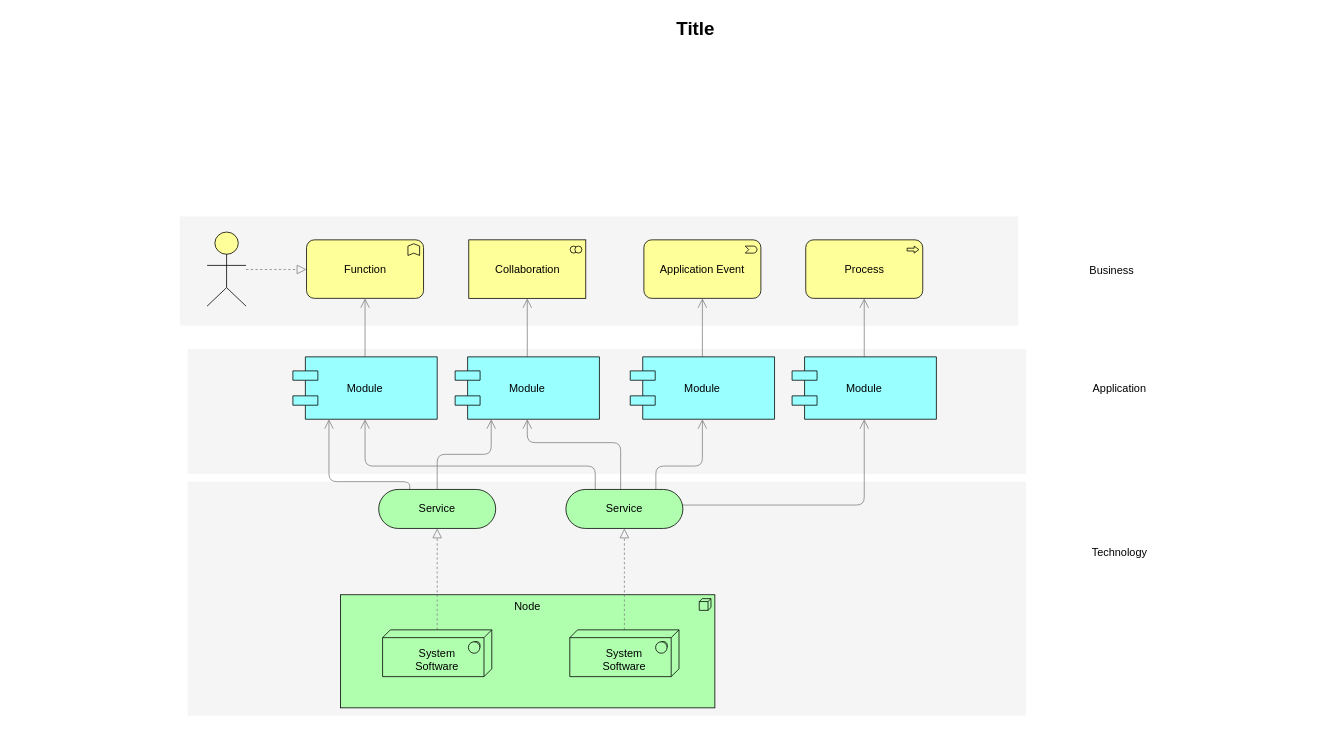
Earlier version of the draw.io diagram Untitled Diagram.drawio (89263580/test). Source tidied: cells renumbered, new cells numbered last; positions are measured from the earlier drawing's top-left corner, leaving out a move shared by most shapes. Both pictures are drawn from the tidied source at 78%, with x=0, y=0 at pixel (75, 13).
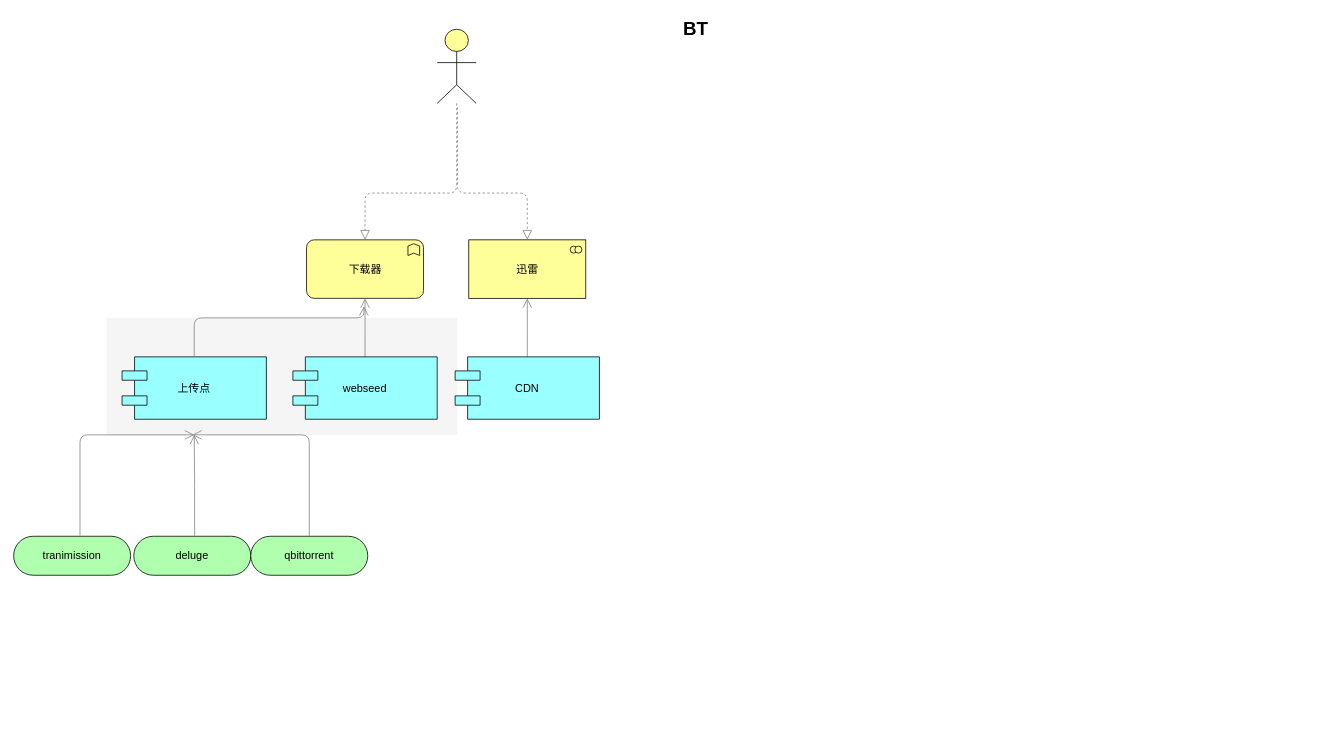
The same page after the edit.

The edit, as a diff of the source:
```diff
@@
     <mxCell id="2" style="whiteSpace=wrap;html=1;strokeColor=none;strokeWidth=1;fillColor=#f5f5f5;fontSize=14;" parent="1" vertex="1">
-      <mxGeometry x="144" y="600" width="1075" height="300" as="geometry" />
+      <mxGeometry x="40" y="390" width="450" height="150" as="geometry" />
     </mxCell>
-    <mxCell id="3" style="whiteSpace=wrap;html=1;strokeColor=none;strokeWidth=1;fillColor=#f5f5f5;fontSize=14;" parent="1" vertex="1">
-      <mxGeometry x="144" y="430" width="1075" height="160" as="geometry" />
-    </mxCell>
-    <mxCell id="4" style="whiteSpace=wrap;html=1;strokeColor=none;strokeWidth=1;fillColor=#f5f5f5;fontSize=14;" parent="1" vertex="1">
-      <mxGeometry x="134" y="260" width="1075" height="140" as="geometry" />
-    </mxCell>
-    <mxCell id="5" value="Node" style="html=1;whiteSpace=wrap;fillColor=#AFFFAF;shape=mxgraph.archimate3.application;appType=node;archiType=square;fontSize=14;verticalAlign=top;" parent="1" vertex="1">
-      <mxGeometry x="340" y="745" width="480" height="145" as="geometry" />
-    </mxCell>
-    <mxCell id="6" style="edgeStyle=elbowEdgeStyle;rounded=1;elbow=vertical;html=1;startSize=10;endArrow=block;endFill=0;endSize=10;jettySize=auto;strokeColor=#808080;fontSize=14;dashed=1;" parent="1" edge="1" source="7" target="12">
-      <mxGeometry relative="1" as="geometry" />
-    </mxCell>
-    <mxCell id="7" value="&lt;div&gt;&lt;br&gt;&lt;/div&gt;System&lt;div&gt;Software&lt;/div&gt;" style="html=1;whiteSpace=wrap;fillColor=#AFFFAF;shape=mxgraph.archimate3.tech;techType=sysSw;fontSize=14;" parent="1" vertex="1">
-      <mxGeometry x="394" y="790" width="140" height="60" as="geometry" />
-    </mxCell>
-    <mxCell id="8" style="edgeStyle=elbowEdgeStyle;rounded=1;elbow=vertical;html=1;startSize=10;endArrow=block;endFill=0;endSize=10;jettySize=auto;strokeColor=#808080;fontSize=14;dashed=1;" parent="1" edge="1" source="9" target="17">
-      <mxGeometry relative="1" as="geometry" />
-    </mxCell>
-    <mxCell id="9" value="&lt;div&gt;&lt;br&gt;&lt;/div&gt;&lt;div&gt;&lt;span&gt;System&lt;/span&gt;&lt;div&gt;Software&lt;/div&gt;&lt;/div&gt;" style="html=1;whiteSpace=wrap;fillColor=#AFFFAF;shape=mxgraph.archimate3.tech;techType=sysSw;fontSize=14;" parent="1" vertex="1">
-      <mxGeometry x="634" y="790" width="140" height="60" as="geometry" />
-    </mxCell>
-    <mxCell id="10" style="edgeStyle=elbowEdgeStyle;rounded=1;elbow=vertical;html=1;startSize=10;endArrow=open;endFill=0;endSize=10;jettySize=auto;strokeColor=#808080;fontSize=14;entryX=0.25;entryY=1;" parent="1" edge="1" source="12" target="21">
-      <mxGeometry relative="1" as="geometry" />
-    </mxCell>
-    <mxCell id="11" style="edgeStyle=elbowEdgeStyle;rounded=1;elbow=vertical;html=1;startSize=10;endArrow=open;endFill=0;endSize=10;jettySize=auto;strokeColor=#808080;fontSize=14;entryX=0.25;entryY=1;exitX=0.265;exitY=0.007;exitPerimeter=0;" parent="1" edge="1" source="12" target="19">
+    <mxCell id="11" style="edgeStyle=elbowEdgeStyle;rounded=1;elbow=vertical;html=1;startSize=10;endArrow=open;endFill=0;endSize=10;jettySize=auto;strokeColor=#808080;fontSize=14;exitX=0.567;exitY=-0.02;exitPerimeter=0;exitDx=0;exitDy=0;entryX=0.25;entryY=1;entryDx=0;entryDy=0;" parent="1" edge="1" source="39" target="2">
       <mxGeometry relative="1" as="geometry">
         <Array as="points">
+          <mxPoint x="40" y="540" />
           <mxPoint x="372" y="600" />
         </Array>
       </mxGeometry>
     </mxCell>
-    <mxCell id="12" value="Service" style="html=1;whiteSpace=wrap;fillColor=#AFFFAF;shape=mxgraph.archimate3.service;fontSize=14;" parent="1" vertex="1">
-      <mxGeometry x="389" y="610" width="150" height="50" as="geometry" />
-    </mxCell>
-    <mxCell id="13" style="edgeStyle=elbowEdgeStyle;rounded=1;elbow=vertical;html=1;startSize=10;endArrow=open;endFill=0;endSize=10;jettySize=auto;strokeColor=#808080;fontSize=14;" parent="1" edge="1" source="17" target="25">
-      <mxGeometry relative="1" as="geometry">
-        <Array as="points">
-          <mxPoint x="859" y="630" />
-        </Array>
-      </mxGeometry>
-    </mxCell>
-    <mxCell id="14" style="edgeStyle=elbowEdgeStyle;rounded=1;elbow=vertical;html=1;startSize=10;endArrow=open;endFill=0;endSize=10;jettySize=auto;strokeColor=#808080;fontSize=14;entryX=0.5;entryY=1;exitX=0.769;exitY=0.025;exitPerimeter=0;" parent="1" edge="1" source="17" target="23">
-      <mxGeometry relative="1" as="geometry">
-        <Array as="points">
-          <mxPoint x="759" y="580" />
-        </Array>
-      </mxGeometry>
-    </mxCell>
-    <mxCell id="15" style="edgeStyle=elbowEdgeStyle;rounded=1;elbow=vertical;html=1;startSize=10;endArrow=open;endFill=0;endSize=10;jettySize=auto;strokeColor=#808080;fontSize=14;entryX=0.5;entryY=1;exitX=0.468;exitY=0.025;exitPerimeter=0;" parent="1" edge="1" source="17" target="21">
-      <mxGeometry relative="1" as="geometry">
-        <Array as="points">
-          <mxPoint x="649" y="550" />
-        </Array>
-      </mxGeometry>
-    </mxCell>
-    <mxCell id="16" style="edgeStyle=elbowEdgeStyle;rounded=1;elbow=vertical;html=1;startSize=10;endArrow=open;endFill=0;endSize=10;jettySize=auto;strokeColor=#808080;fontSize=14;exitX=0.251;exitY=0.002;exitPerimeter=0;" parent="1" edge="1" source="17" target="19">
-      <mxGeometry relative="1" as="geometry">
-        <Array as="points">
-          <mxPoint x="539" y="580" />
-        </Array>
-      </mxGeometry>
-    </mxCell>
-    <mxCell id="17" value="Service" style="html=1;whiteSpace=wrap;fillColor=#AFFFAF;shape=mxgraph.archimate3.service;fontSize=14;" parent="1" vertex="1">
-      <mxGeometry x="629" y="610" width="150" height="50" as="geometry" />
-    </mxCell>
@@
-    <mxCell id="19" value="Module" style="shape=component;align=center;fillColor=#99ffff;gradientColor=none;fontSize=14;" parent="1" vertex="1">
+    <mxCell id="19" value="webseed" style="shape=component;align=center;fillColor=#99ffff;gradientColor=none;fontSize=14;" parent="1" vertex="1">
       <mxGeometry x="279" y="440" width="185" height="80" as="geometry" />
     </mxCell>
@@
-    <mxCell id="21" value="Module" style="shape=component;align=center;fillColor=#99ffff;gradientColor=none;fontSize=14;" parent="1" vertex="1">
+    <mxCell id="21" value="CDN" style="shape=component;align=center;fillColor=#99ffff;gradientColor=none;fontSize=14;" parent="1" vertex="1">
       <mxGeometry x="487" y="440" width="185" height="80" as="geometry" />
     </mxCell>
-    <mxCell id="22" style="edgeStyle=elbowEdgeStyle;rounded=1;elbow=vertical;html=1;startSize=10;endArrow=open;endFill=0;endSize=10;jettySize=auto;strokeColor=#808080;fontSize=14;" parent="1" edge="1" source="23" target="28">
-      <mxGeometry relative="1" as="geometry" />
-    </mxCell>
-    <mxCell id="23" value="Module" style="shape=component;align=center;fillColor=#99ffff;gradientColor=none;fontSize=14;" parent="1" vertex="1">
-      <mxGeometry x="711.5" y="440" width="185" height="80" as="geometry" />
-    </mxCell>
-    <mxCell id="24" style="edgeStyle=elbowEdgeStyle;rounded=1;elbow=vertical;html=1;startSize=10;endArrow=open;endFill=0;endSize=10;jettySize=auto;strokeColor=#808080;fontSize=14;" parent="1" edge="1" source="25" target="29">
-      <mxGeometry relative="1" as="geometry" />
-    </mxCell>
-    <mxCell id="25" value="Module" style="shape=component;align=center;fillColor=#99ffff;gradientColor=none;fontSize=14;" parent="1" vertex="1">
-      <mxGeometry x="919" y="440" width="185" height="80" as="geometry" />
-    </mxCell>
-    <mxCell id="26" value="Function" style="html=1;whiteSpace=wrap;fillColor=#ffff99;shape=mxgraph.archimate3.application;appType=func;archiType=rounded;fontSize=14;" parent="1" vertex="1">
+    <mxCell id="26" value="下载器" style="html=1;whiteSpace=wrap;fillColor=#ffff99;shape=mxgraph.archimate3.application;appType=func;archiType=rounded;fontSize=14;" parent="1" vertex="1">
       <mxGeometry x="296.5" y="290" width="150" height="75" as="geometry" />
     </mxCell>
-    <mxCell id="27" value="Collaboration" style="html=1;whiteSpace=wrap;fillColor=#ffff99;shape=mxgraph.archimate3.application;appType=collab;archiType=square;fontSize=14;" parent="1" vertex="1">
+    <mxCell id="27" value="迅雷" style="html=1;whiteSpace=wrap;fillColor=#ffff99;shape=mxgraph.archimate3.application;appType=collab;archiType=square;fontSize=14;" parent="1" vertex="1">
       <mxGeometry x="504.5" y="290" width="150" height="75" as="geometry" />
     </mxCell>
-    <mxCell id="28" value="Application Event" style="html=1;whiteSpace=wrap;fillColor=#ffff99;shape=mxgraph.archimate3.application;appType=event;archiType=rounded;fontSize=14;" parent="1" vertex="1">
-      <mxGeometry x="729" y="290" width="150" height="75" as="geometry" />
-    </mxCell>
-    <mxCell id="29" value="Process" style="html=1;whiteSpace=wrap;fillColor=#ffff99;shape=mxgraph.archimate3.application;appType=proc;archiType=rounded;fontSize=14;" parent="1" vertex="1">
-      <mxGeometry x="936.5" y="290" width="150" height="75" as="geometry" />
-    </mxCell>
-    <mxCell id="30" value="Technology" style="text;html=1;strokeColor=none;fillColor=none;align=center;verticalAlign=middle;whiteSpace=wrap;fontSize=14;" parent="1" vertex="1">
-      <mxGeometry x="1219" y="681" width="240" height="20" as="geometry" />
-    </mxCell>
-    <mxCell id="31" value="Application" style="text;html=1;strokeColor=none;fillColor=none;align=center;verticalAlign=middle;whiteSpace=wrap;fontSize=14;" parent="1" vertex="1">
-      <mxGeometry x="1219" y="471" width="240" height="20" as="geometry" />
-    </mxCell>
-    <mxCell id="32" value="Business" style="text;html=1;strokeColor=none;fillColor=none;align=center;verticalAlign=middle;whiteSpace=wrap;fontSize=14;" parent="1" vertex="1">
-      <mxGeometry x="1209" y="319" width="240" height="20" as="geometry" />
-    </mxCell>
     <mxCell id="33" style="edgeStyle=elbowEdgeStyle;rounded=1;elbow=vertical;html=1;dashed=1;startSize=10;endArrow=block;endFill=0;endSize=10;jettySize=auto;strokeColor=#808080;fontSize=14;" parent="1" edge="1" source="34" target="26">
-      <mxGeometry relative="1" as="geometry" />
+      <mxGeometry relative="1" as="geometry">
+        <Array as="points">
+          <mxPoint x="489" y="230" />
+        </Array>
+      </mxGeometry>
     </mxCell>
     <mxCell id="34" style="html=1;whiteSpace=wrap;fillColor=#ffff99;shape=mxgraph.archimate3.actor;fontSize=14;" parent="1" vertex="1">
-      <mxGeometry x="169" y="280" width="50" height="95" as="geometry" />
+      <mxGeometry x="464" y="20" width="50" height="95" as="geometry" />
     </mxCell>
-    <mxCell id="35" value="Title" style="text;strokeColor=none;fillColor=none;html=1;fontSize=24;fontStyle=1;verticalAlign=middle;align=center;" parent="1" vertex="1">
+    <mxCell id="35" value="BT" style="text;strokeColor=none;fillColor=none;html=1;fontSize=24;fontStyle=1;verticalAlign=middle;align=center;" parent="1" vertex="1">
       <mxGeometry width="1590" height="40" as="geometry" />
     </mxCell>
+    <mxCell id="36" style="edgeStyle=elbowEdgeStyle;rounded=1;elbow=vertical;html=1;dashed=1;startSize=10;endArrow=block;endFill=0;endSize=10;jettySize=auto;strokeColor=#808080;fontSize=14;" parent="1" edge="1" target="27">
+      <mxGeometry relative="1" as="geometry">
+        <mxPoint x="490" y="120" as="sourcePoint" />
+        <Array as="points">
+          <mxPoint x="440" y="230" />
+        </Array>
+      </mxGeometry>
+    </mxCell>
+    <mxCell id="37" value="上传点" style="shape=component;align=center;fillColor=#99ffff;gradientColor=none;fontSize=14;" parent="1" vertex="1">
+      <mxGeometry x="60" y="440" width="185" height="80" as="geometry" />
+    </mxCell>
+    <mxCell id="38" style="edgeStyle=elbowEdgeStyle;rounded=1;elbow=vertical;html=1;startSize=10;endArrow=open;endFill=0;endSize=10;jettySize=auto;strokeColor=#808080;fontSize=14;exitX=0.5;exitY=0;exitDx=0;exitDy=0;" parent="1" edge="1" source="37">
+      <mxGeometry relative="1" as="geometry">
+        <mxPoint x="370" y="375" as="targetPoint" />
+        <Array as="points">
+          <mxPoint x="370" y="390" />
+          <mxPoint x="240" y="400" />
+        </Array>
+      </mxGeometry>
+    </mxCell>
+    <mxCell id="39" value="tranimission" style="html=1;whiteSpace=wrap;fillColor=#AFFFAF;shape=mxgraph.archimate3.service;fontSize=14;" parent="1" vertex="1">
+      <mxGeometry x="-79" y="670" width="150" height="50" as="geometry" />
+    </mxCell>
+    <mxCell id="40" value="deluge" style="html=1;whiteSpace=wrap;fillColor=#AFFFAF;shape=mxgraph.archimate3.service;fontSize=14;" parent="1" vertex="1">
+      <mxGeometry x="75" y="670" width="150" height="50" as="geometry" />
+    </mxCell>
+    <mxCell id="41" value="qbittorrent" style="html=1;whiteSpace=wrap;fillColor=#AFFFAF;shape=mxgraph.archimate3.service;fontSize=14;" parent="1" vertex="1">
+      <mxGeometry x="225" y="670" width="150" height="50" as="geometry" />
+    </mxCell>
+    <mxCell id="42" style="edgeStyle=elbowEdgeStyle;rounded=1;elbow=vertical;html=1;startSize=10;endArrow=open;endFill=0;endSize=10;jettySize=auto;orthogonalLoop=1;strokeColor=#808080;fontSize=14;entryX=0.25;entryY=1;entryDx=0;entryDy=0;" parent="1" edge="1">
+      <mxGeometry relative="1" as="geometry">
+        <mxPoint x="153" y="670" as="sourcePoint" />
+        <mxPoint x="152.5" y="540" as="targetPoint" />
+      </mxGeometry>
+    </mxCell>
+    <mxCell id="43" style="edgeStyle=elbowEdgeStyle;rounded=1;elbow=vertical;html=1;startSize=10;endArrow=open;endFill=0;endSize=10;jettySize=auto;strokeColor=#808080;fontSize=14;exitX=0.5;exitY=0;exitDx=0;exitDy=0;exitPerimeter=0;" parent="1" edge="1" source="41">
+      <mxGeometry relative="1" as="geometry">
+        <mxPoint x="150" y="540" as="targetPoint" />
+        <Array as="points">
+          <mxPoint x="150" y="540" />
+          <mxPoint x="392" y="620" />
+        </Array>
+      </mxGeometry>
+    </mxCell>
```
